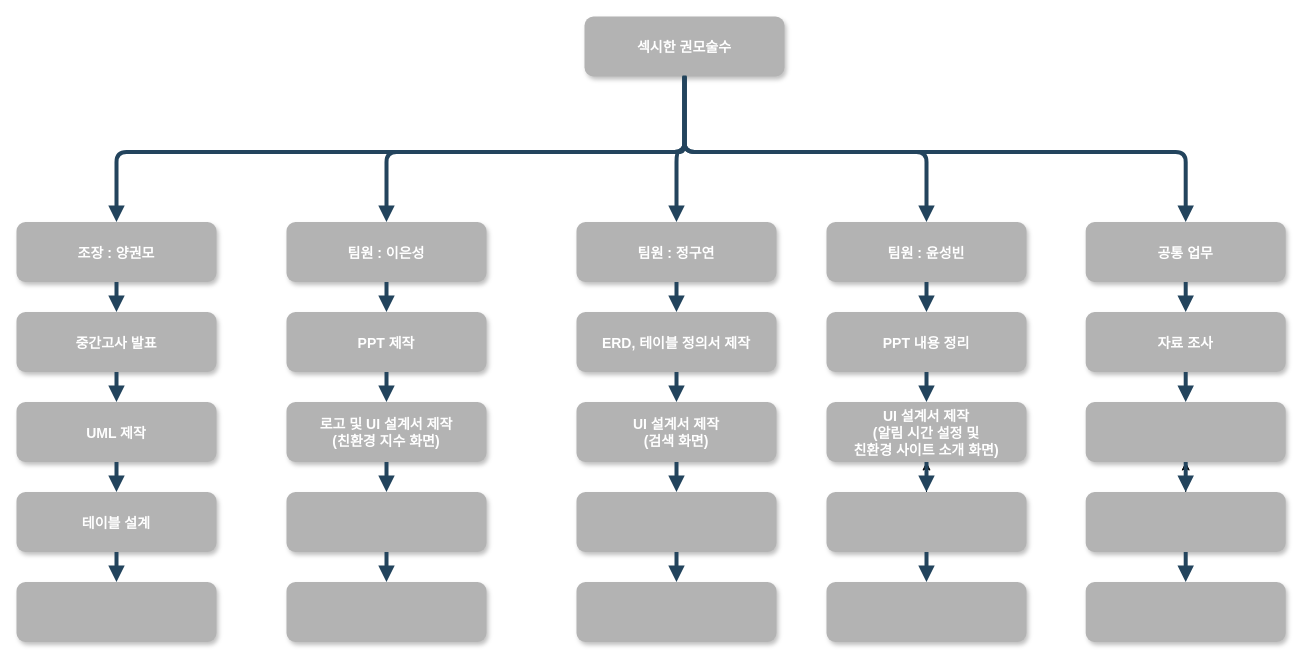
jgy2808/TERM_Project keeps this draw.io diagram as org_chart.drawio. Above is the earlier version. Source tidied: cells renumbered, new cells numbered last; positions are measured from the earlier drawing's top-left corner, leaving out a move shared by most shapes. Both pictures are drawn from the tidied source at 100%, with x=0, y=0 at pixel (16, 16).
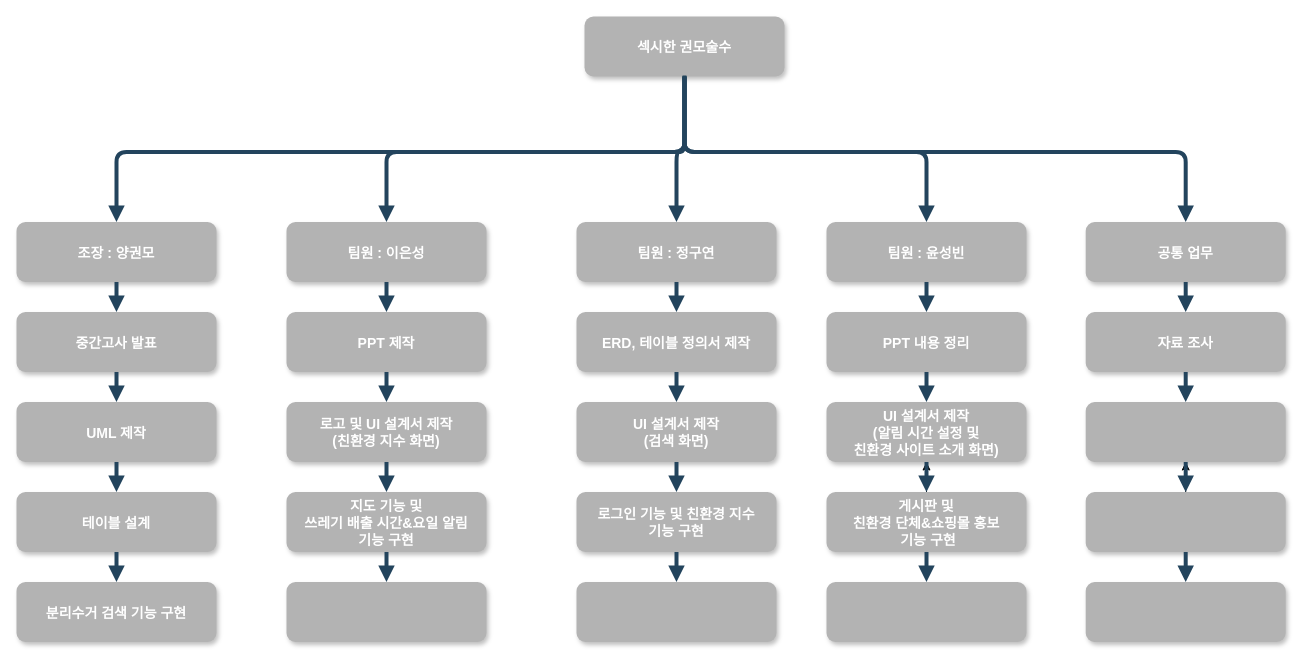
Above is the later version.

What changed in the source:
```diff
@@
-    <mxCell id="7" style="rounded=1;fillColor=#B3B3B3;strokeColor=none;shadow=1;gradientColor=none;fontStyle=1;fontColor=#FFFFFF;fontSize=14;" parent="1" vertex="1">
+    <mxCell id="7" value="분리수거 검색 기능 구현" style="rounded=1;fillColor=#B3B3B3;strokeColor=none;shadow=1;gradientColor=none;fontStyle=1;fontColor=#FFFFFF;fontSize=14;" parent="1" vertex="1">
       <mxGeometry y="565.5" width="200" height="60" as="geometry" />
     </mxCell>
@@
-    <mxCell id="11" style="rounded=1;fillColor=#B3B3B3;strokeColor=none;shadow=1;gradientColor=none;fontStyle=1;fontColor=#FFFFFF;fontSize=14;" parent="1" vertex="1">
+    <mxCell id="11" value="지도 기능 및 &#10;쓰레기 배출 시간&amp;요일 알림 &#10;기능 구현" style="rounded=1;fillColor=#B3B3B3;strokeColor=none;shadow=1;gradientColor=none;fontStyle=1;fontColor=#FFFFFF;fontSize=14;" parent="1" vertex="1">
       <mxGeometry x="270" y="475.5" width="200" height="60" as="geometry" />
     </mxCell>
@@
-    <mxCell id="15" style="rounded=1;fillColor=#B3B3B3;strokeColor=none;shadow=1;gradientColor=none;fontStyle=1;fontColor=#FFFFFF;fontSize=14;" parent="1" vertex="1">
+    <mxCell id="15" value="로그인 기능 및 친환경 지수&#10;기능 구현" style="rounded=1;fillColor=#B3B3B3;strokeColor=none;shadow=1;gradientColor=none;fontStyle=1;fontColor=#FFFFFF;fontSize=14;" parent="1" vertex="1">
       <mxGeometry x="560" y="475.5" width="200" height="60" as="geometry" />
     </mxCell>
@@
-    <mxCell id="21" style="rounded=1;fillColor=#B3B3B3;strokeColor=none;shadow=1;gradientColor=none;fontStyle=1;fontColor=#FFFFFF;fontSize=14;" parent="1" vertex="1">
+    <mxCell id="21" value="게시판 및 &#10;친환경 단체&amp;쇼핑몰 홍보&#10; 기능 구현" style="rounded=1;fillColor=#B3B3B3;strokeColor=none;shadow=1;gradientColor=none;fontStyle=1;fontColor=#FFFFFF;fontSize=14;" parent="1" vertex="1">
       <mxGeometry x="810" y="475.5" width="200" height="60" as="geometry" />
     </mxCell>
```
